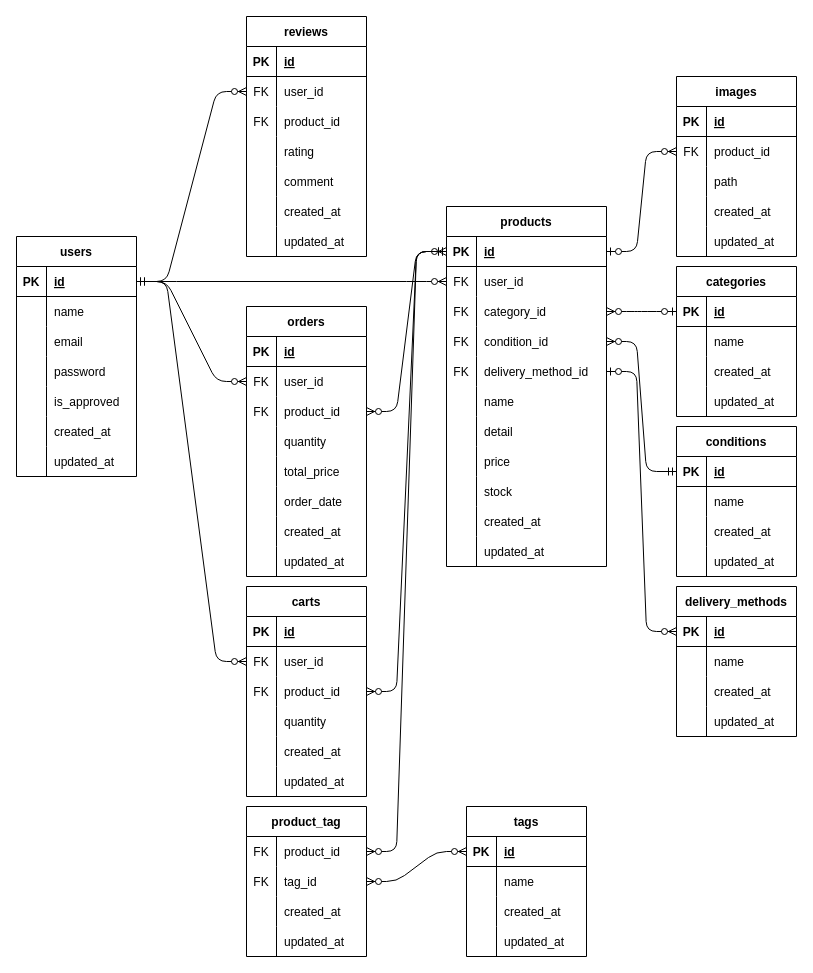
teestojko/furima keeps this draw.io diagram as .drawio. Above is the earlier version. Source tidied: cells renumbered, new cells numbered last; positions are measured from the earlier drawing's top-left corner, leaving out a move shared by most shapes. Both pictures are drawn from the tidied source at 100%, with x=0, y=0 at pixel (16, 16).
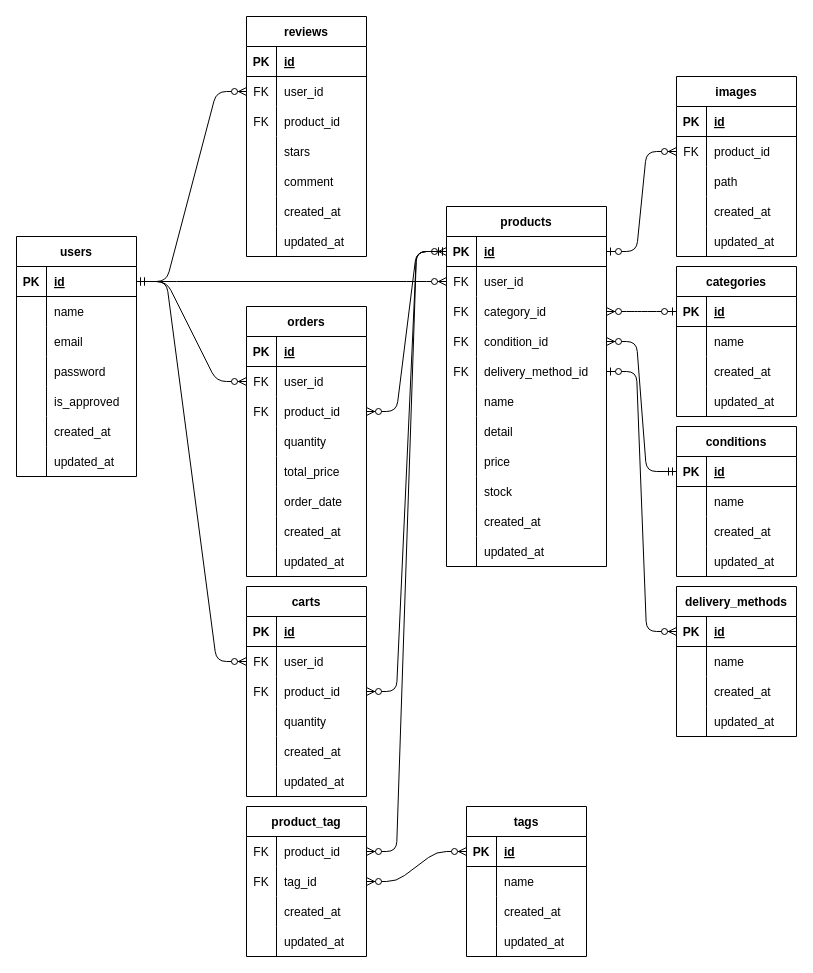
The same page after the edit.

The change refers to these unchanged cells:
```xml
<mxCell id="34" style="shape=tableRow;horizontal=0;startSize=0;swimlaneHead=0;swimlaneBody=0;fillColor=none;top=0;left=0;right=0;bottom=0;" parent="24" vertex="1">
  <mxGeometry y="120" width="120" height="30" as="geometry" />
</mxCell>
```

What changed in the source:
```diff
@@
-    <mxCell id="36" value="rating" style="shape=partialRectangle;fillColor=none;top=0;left=0;bottom=0;right=0;align=left;spacingLeft=6;overflow=hidden;" parent="34" vertex="1">
+    <mxCell id="36" value="stars" style="shape=partialRectangle;fillColor=none;top=0;left=0;bottom=0;right=0;align=left;spacingLeft=6;overflow=hidden;" parent="34" vertex="1">
       <mxGeometry x="30" width="90" height="30" as="geometry" />
     </mxCell>
```
